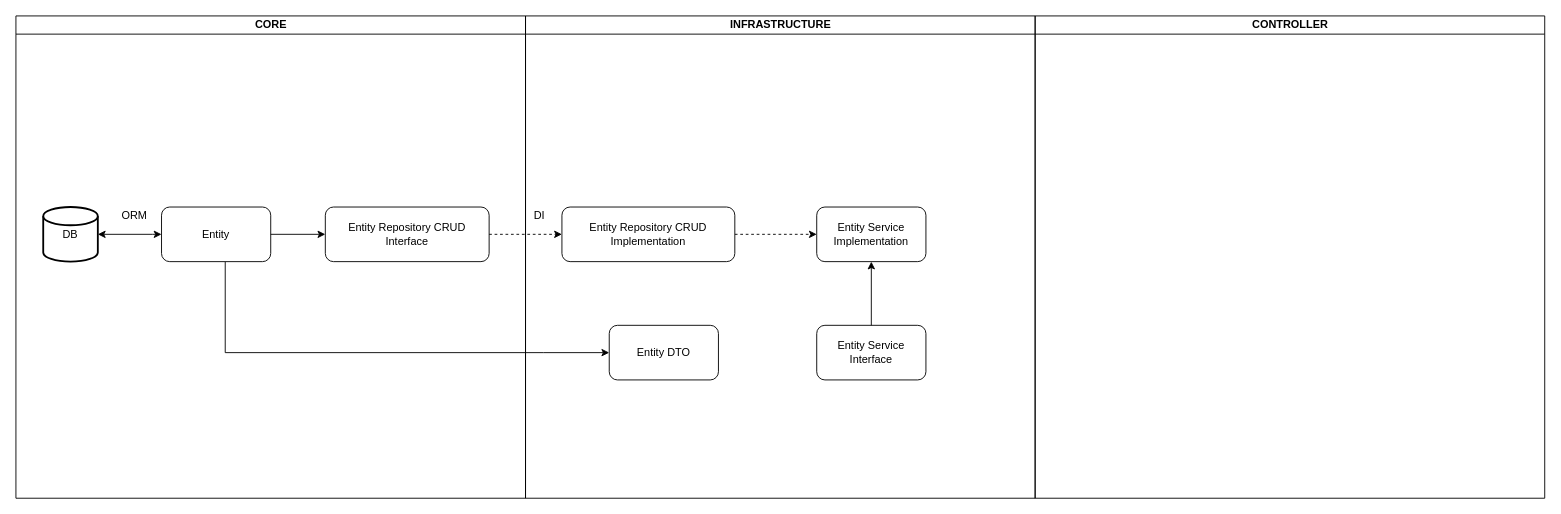
The draw.io diagram Untitled Diagram.drawio in Wojtek534/draw, before the edit. Source tidied: cells renumbered, new cells numbered last; positions are measured from the earlier drawing's top-left corner, leaving out a move shared by most shapes. Both pictures are drawn from the tidied source at 91%, with x=0, y=0 at pixel (15, 15).
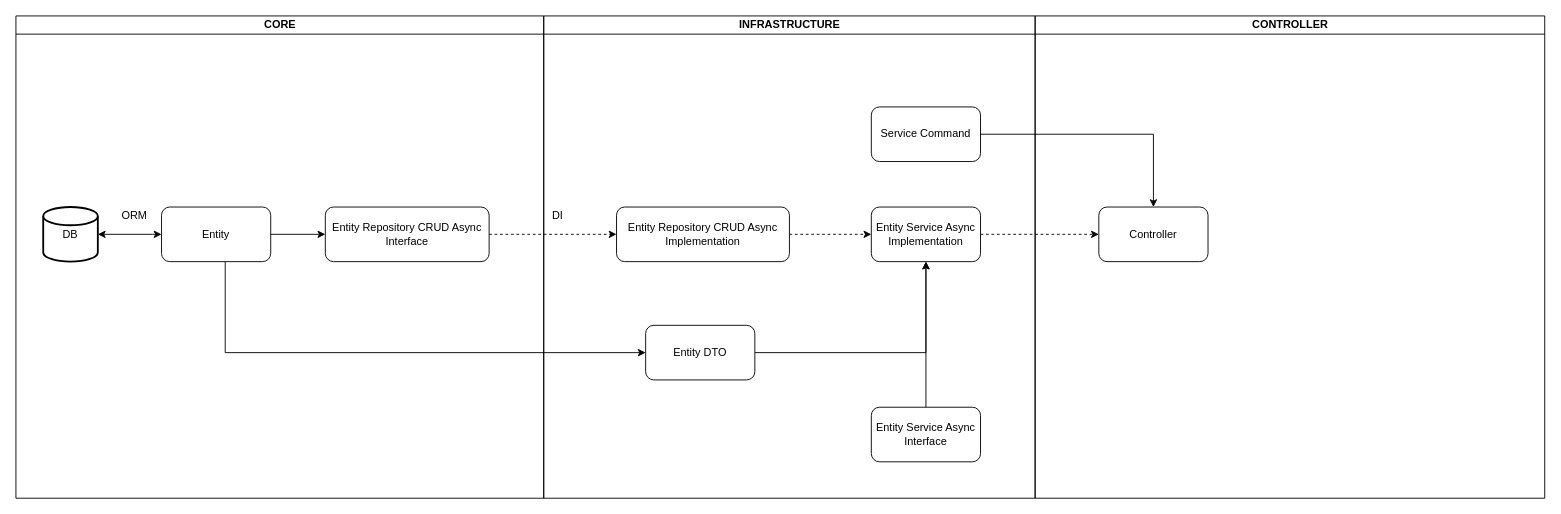
Above is the later version.

The change refers to these unchanged cells:
```xml
<mxCell id="6" style="group;" parent="1" vertex="1">
  <mxGeometry width="1120" height="530" as="geometry" />
</mxCell>
<mxCell id="20" value="CONTROLLER" style="swimlane;html=1;startSize=20;horizontal=1;containerType=tree;fillColor=none;" parent="1" vertex="1">
  <mxGeometry x="1120" width="560" height="530" as="geometry" />
</mxCell>
```

What changed in the source:
```diff
@@
+    <mxCell id="21" style="edgeStyle=orthogonalEdgeStyle;rounded=0;jettySize=auto;html=1;" parent="1" edge="1" source="5" target="18">
+      <mxGeometry relative="1" as="geometry" />
+    </mxCell>
     <mxCell id="5" value="Entity DTO" style="rounded=1;whiteSpace=wrap;html=1;" parent="1" vertex="1">
-      <mxGeometry x="652" y="340" width="120" height="60" as="geometry" />
+      <mxGeometry x="692" y="340" width="120" height="60" as="geometry" />
     </mxCell>
@@
     <mxCell id="7" value="CORE" style="swimlane;html=1;startSize=20;horizontal=1;containerType=tree;fillColor=none;" parent="6" vertex="1">
-      <mxGeometry width="560" height="530" as="geometry" />
+      <mxGeometry width="580" height="530" as="geometry" />
     </mxCell>
-    <mxCell id="8" value="Entity Repository CRUD Interface&lt;br&gt;" style="rounded=1;whiteSpace=wrap;html=1;" parent="7" vertex="1">
+    <mxCell id="8" value="Entity Repository CRUD Async Interface" style="rounded=1;whiteSpace=wrap;html=1;" parent="7" vertex="1">
       <mxGeometry x="340" y="210" width="180" height="60" as="geometry" />
     </mxCell>
@@
     <mxCell id="12" value="INFRASTRUCTURE" style="swimlane;html=1;startSize=20;horizontal=1;containerType=tree;fillColor=none;" parent="6" vertex="1">
-      <mxGeometry x="560" width="560" height="530" as="geometry" />
+      <mxGeometry x="580" width="540" height="530" as="geometry" />
     </mxCell>
@@
-    <mxCell id="14" value="Entity Repository CRUD Implementation" style="rounded=1;whiteSpace=wrap;html=1;" parent="12" vertex="1">
-      <mxGeometry x="40" y="210" width="190" height="60" as="geometry" />
+    <mxCell id="14" value="Entity Repository CRUD Async Implementation" style="rounded=1;whiteSpace=wrap;html=1;" parent="12" vertex="1">
+      <mxGeometry x="80" y="210" width="190" height="60" as="geometry" />
     </mxCell>
@@
-    <mxCell id="17" value="Entity Service Interface" style="rounded=1;whiteSpace=wrap;html=1;fillColor=none;" parent="12" vertex="1">
-      <mxGeometry x="320" y="340" width="120" height="60" as="geometry" />
+    <mxCell id="17" value="Entity Service Async Interface" style="rounded=1;whiteSpace=wrap;html=1;fillColor=none;" parent="12" vertex="1">
+      <mxGeometry x="360" y="430" width="120" height="60" as="geometry" />
     </mxCell>
-    <mxCell id="18" value="Entity Service Implementation" style="rounded=1;whiteSpace=wrap;html=1;fillColor=none;" parent="12" vertex="1">
-      <mxGeometry x="320" y="210" width="120" height="60" as="geometry" />
+    <mxCell id="18" value="Entity Service Async Implementation" style="rounded=1;whiteSpace=wrap;html=1;fillColor=none;" parent="12" vertex="1">
+      <mxGeometry x="360" y="210" width="120" height="60" as="geometry" />
     </mxCell>
+    <mxCell id="22" value="Service Command" style="rounded=1;whiteSpace=wrap;html=1;" parent="12" vertex="1">
+      <mxGeometry x="360" y="100" width="120" height="60" as="geometry" />
+    </mxCell>
@@
+    <mxCell id="23" value="Controller" style="rounded=1;whiteSpace=wrap;html=1;" parent="20" vertex="1">
+      <mxGeometry x="70" y="210" width="120" height="60" as="geometry" />
+    </mxCell>
+    <mxCell id="24" style="edgeStyle=orthogonalEdgeStyle;rounded=0;jettySize=auto;html=1;entryX=0.5;entryY=0;entryDx=0;entryDy=0;" parent="1" edge="1" source="22" target="23">
+      <mxGeometry relative="1" as="geometry" />
+    </mxCell>
+    <mxCell id="25" style="edgeStyle=orthogonalEdgeStyle;rounded=0;jettySize=auto;html=1;dashed=1;" parent="1" edge="1" source="18" target="23">
+      <mxGeometry relative="1" as="geometry" />
+    </mxCell>
```
